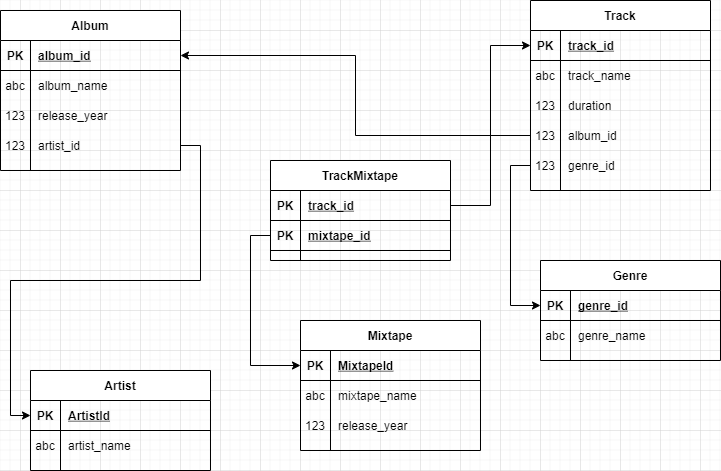
Above: ERD.png in OwnNightmare/sql_learning (draw.io), before the change. Source tidied: cells renumbered, new cells last; positions are measured from the earlier drawing's top-left corner, leaving out a move shared by most shapes. Source of this version:
```xml
<mxGraphModel>
  <root>
    <mxCell id="0" />
    <mxCell id="1" parent="0" />
    <mxCell id="2" style="edgeStyle=orthogonalEdgeStyle;rounded=0;orthogonalLoop=1;jettySize=auto;html=1;exitX=1;exitY=0.5;exitDx=0;exitDy=0;" parent="1" edge="1">
      <mxGeometry relative="1" as="geometry">
        <mxPoint x="140" y="105" as="sourcePoint" />
        <mxPoint x="140" y="105" as="targetPoint" />
      </mxGeometry>
    </mxCell>
    <mxCell id="3" value="Artist" style="shape=table;startSize=30;rowLines=0;fontStyle=1;align=center;" parent="1" vertex="1">
      <mxGeometry x="30" y="370" width="180" height="100" as="geometry" />
    </mxCell>
    <mxCell id="4" style="shape=partialRectangle;fillColor=none;top=0;left=0;bottom=1;right=0;points=[[0,0.5],[1,0.5]];portConstraint=eastwest;" parent="3" vertex="1">
      <mxGeometry y="30" width="180" height="30" as="geometry" />
    </mxCell>
    <mxCell id="5" value="PK" style="shape=partialRectangle;fillColor=none;top=0;left=0;bottom=0;right=0;fontStyle=1;overflow=hidden;" parent="4" vertex="1">
      <mxGeometry width="30" height="30" as="geometry" />
    </mxCell>
    <mxCell id="6" value="ArtistId" style="shape=partialRectangle;fillColor=none;top=0;left=0;bottom=0;right=0;align=left;spacingLeft=6;fontStyle=5;overflow=hidden;" parent="4" vertex="1">
      <mxGeometry x="30" width="150" height="30" as="geometry" />
    </mxCell>
    <mxCell id="7" style="shape=partialRectangle;fillColor=none;top=0;left=0;bottom=0;right=0;" parent="3" vertex="1">
      <mxGeometry y="60" width="180" height="30" as="geometry" />
    </mxCell>
    <mxCell id="8" value="abc" style="shape=partialRectangle;fillColor=none;top=0;left=0;bottom=0;right=0;overflow=hidden;" parent="7" vertex="1">
      <mxGeometry width="30" height="30" as="geometry" />
    </mxCell>
    <mxCell id="9" value="artist_name" style="shape=partialRectangle;fillColor=none;top=0;left=0;bottom=0;right=0;align=left;spacingLeft=6;overflow=hidden;" parent="7" vertex="1">
      <mxGeometry x="30" width="150" height="30" as="geometry" />
    </mxCell>
    <mxCell id="10" value="Track" style="shape=table;startSize=30;rowLines=0;fontStyle=1;align=center;" parent="1" vertex="1">
      <mxGeometry x="530" width="180" height="190" as="geometry" />
    </mxCell>
    <mxCell id="11" style="shape=partialRectangle;fillColor=none;top=0;left=0;bottom=1;right=0;points=[[0,0.5],[1,0.5]];portConstraint=eastwest;" parent="10" vertex="1">
      <mxGeometry y="30" width="180" height="30" as="geometry" />
    </mxCell>
    <mxCell id="12" value="PK" style="shape=partialRectangle;fillColor=none;top=0;left=0;bottom=0;right=0;fontStyle=1;overflow=hidden;" parent="11" vertex="1">
      <mxGeometry width="30" height="30" as="geometry" />
    </mxCell>
    <mxCell id="13" value="track_id" style="shape=partialRectangle;fillColor=none;top=0;left=0;bottom=0;right=0;align=left;spacingLeft=6;fontStyle=5;overflow=hidden;" parent="11" vertex="1">
      <mxGeometry x="30" width="150" height="30" as="geometry" />
    </mxCell>
    <mxCell id="14" style="shape=partialRectangle;fillColor=none;top=0;left=0;bottom=0;right=0;" parent="10" vertex="1">
      <mxGeometry y="60" width="180" height="30" as="geometry" />
    </mxCell>
    <mxCell id="15" value="abc" style="shape=partialRectangle;fillColor=none;top=0;left=0;bottom=0;right=0;overflow=hidden;" parent="14" vertex="1">
      <mxGeometry width="30" height="30" as="geometry" />
    </mxCell>
    <mxCell id="16" value="track_name" style="shape=partialRectangle;fillColor=none;top=0;left=0;bottom=0;right=0;align=left;spacingLeft=6;overflow=hidden;" parent="14" vertex="1">
      <mxGeometry x="30" width="150" height="30" as="geometry" />
    </mxCell>
    <mxCell id="17" style="shape=partialRectangle;fillColor=none;top=0;left=0;bottom=0;right=0;" parent="10" vertex="1">
      <mxGeometry y="90" width="180" height="30" as="geometry" />
    </mxCell>
    <mxCell id="18" value="123" style="shape=partialRectangle;fillColor=none;top=0;left=0;bottom=0;right=0;overflow=hidden;" parent="17" vertex="1">
      <mxGeometry width="30" height="30" as="geometry" />
    </mxCell>
    <mxCell id="19" value="duration" style="shape=partialRectangle;fillColor=none;top=0;left=0;bottom=0;right=0;align=left;spacingLeft=6;overflow=hidden;" parent="17" vertex="1">
      <mxGeometry x="30" width="150" height="30" as="geometry" />
    </mxCell>
    <mxCell id="20" style="shape=partialRectangle;fillColor=none;top=0;left=0;bottom=0;right=0;points=[[0,0.5],[1,0.5]];portConstraint=eastwest;" parent="10" vertex="1">
      <mxGeometry y="120" width="180" height="30" as="geometry" />
    </mxCell>
    <mxCell id="21" value="123" style="shape=partialRectangle;fillColor=none;top=0;left=0;bottom=0;right=0;overflow=hidden;" parent="20" vertex="1">
      <mxGeometry width="30" height="30" as="geometry" />
    </mxCell>
    <mxCell id="22" value="album_id" style="shape=partialRectangle;fillColor=none;top=0;left=0;bottom=0;right=0;align=left;spacingLeft=6;overflow=hidden;" parent="20" vertex="1">
      <mxGeometry x="30" width="150" height="30" as="geometry" />
    </mxCell>
    <mxCell id="23" style="shape=partialRectangle;fillColor=none;top=0;left=0;bottom=0;right=0;points=[[0,0.5],[1,0.5]];portConstraint=eastwest;" parent="10" vertex="1">
      <mxGeometry y="150" width="180" height="30" as="geometry" />
    </mxCell>
    <mxCell id="24" value="123" style="shape=partialRectangle;fillColor=none;top=0;left=0;bottom=0;right=0;overflow=hidden;" parent="23" vertex="1">
      <mxGeometry width="30" height="30" as="geometry" />
    </mxCell>
    <mxCell id="25" value="genre_id" style="shape=partialRectangle;fillColor=none;top=0;left=0;bottom=0;right=0;align=left;spacingLeft=6;overflow=hidden;" parent="23" vertex="1">
      <mxGeometry x="30" width="150" height="30" as="geometry" />
    </mxCell>
    <mxCell id="26" value="Album" style="shape=table;startSize=30;rowLines=0;fontStyle=1;align=center;" parent="1" vertex="1">
      <mxGeometry y="10" width="180" height="160" as="geometry" />
    </mxCell>
    <mxCell id="27" style="shape=partialRectangle;fillColor=none;top=0;left=0;bottom=1;right=0;points=[[0,0.5],[1,0.5]];portConstraint=eastwest;" parent="26" vertex="1">
      <mxGeometry y="30" width="180" height="30" as="geometry" />
    </mxCell>
    <mxCell id="28" value="PK" style="shape=partialRectangle;fillColor=none;top=0;left=0;bottom=0;right=0;fontStyle=1;overflow=hidden;" parent="27" vertex="1">
      <mxGeometry width="30" height="30" as="geometry" />
    </mxCell>
    <mxCell id="29" value="album_id" style="shape=partialRectangle;fillColor=none;top=0;left=0;bottom=0;right=0;align=left;spacingLeft=6;fontStyle=5;overflow=hidden;" parent="27" vertex="1">
      <mxGeometry x="30" width="150" height="30" as="geometry" />
    </mxCell>
    <mxCell id="30" style="shape=partialRectangle;fillColor=none;top=0;left=0;bottom=0;right=0;" parent="26" vertex="1">
      <mxGeometry y="60" width="180" height="30" as="geometry" />
    </mxCell>
    <mxCell id="31" value="abc" style="shape=partialRectangle;fillColor=none;top=0;left=0;bottom=0;right=0;overflow=hidden;" parent="30" vertex="1">
      <mxGeometry width="30" height="30" as="geometry" />
    </mxCell>
    <mxCell id="32" value="album_name" style="shape=partialRectangle;fillColor=none;top=0;left=0;bottom=0;right=0;align=left;spacingLeft=6;overflow=hidden;" parent="30" vertex="1">
      <mxGeometry x="30" width="150" height="30" as="geometry" />
    </mxCell>
    <mxCell id="33" style="shape=partialRectangle;fillColor=none;top=0;left=0;bottom=0;right=0;" parent="26" vertex="1">
      <mxGeometry y="90" width="180" height="30" as="geometry" />
    </mxCell>
    <mxCell id="34" value="123" style="shape=partialRectangle;fillColor=none;top=0;left=0;bottom=0;right=0;overflow=hidden;" parent="33" vertex="1">
      <mxGeometry width="30" height="30" as="geometry" />
    </mxCell>
    <mxCell id="35" value="release_year" style="shape=partialRectangle;fillColor=none;top=0;left=0;bottom=0;right=0;align=left;spacingLeft=6;overflow=hidden;" parent="33" vertex="1">
      <mxGeometry x="30" width="150" height="30" as="geometry" />
    </mxCell>
    <mxCell id="36" style="shape=partialRectangle;fillColor=none;top=0;left=0;bottom=0;right=0;points=[[0,0.5],[1,0.5]];portConstraint=eastwest;" parent="26" vertex="1">
      <mxGeometry y="120" width="180" height="30" as="geometry" />
    </mxCell>
    <mxCell id="37" value="123" style="shape=partialRectangle;fillColor=none;top=0;left=0;bottom=0;right=0;overflow=hidden;" parent="36" vertex="1">
      <mxGeometry width="30" height="30" as="geometry" />
    </mxCell>
    <mxCell id="38" value="artist_id" style="shape=partialRectangle;fillColor=none;top=0;left=0;bottom=0;right=0;align=left;spacingLeft=6;overflow=hidden;" parent="36" vertex="1">
      <mxGeometry x="30" width="150" height="30" as="geometry" />
    </mxCell>
    <mxCell id="39" style="edgeStyle=orthogonalEdgeStyle;rounded=0;jettySize=auto;html=1;exitX=1;exitY=0.5;exitDx=0;exitDy=0;entryX=0;entryY=0.5;entryDx=0;entryDy=0;" parent="1" edge="1" source="36" target="4">
      <mxGeometry relative="1" as="geometry" />
    </mxCell>
    <mxCell id="40" style="edgeStyle=orthogonalEdgeStyle;rounded=0;jettySize=auto;html=1;exitX=0;exitY=0.5;exitDx=0;exitDy=0;entryX=1;entryY=0.5;entryDx=0;entryDy=0;" parent="1" edge="1" source="20" target="27">
      <mxGeometry relative="1" as="geometry" />
    </mxCell>
    <mxCell id="41" style="edgeStyle=orthogonalEdgeStyle;rounded=0;jettySize=auto;html=1;exitX=0;exitY=0.5;exitDx=0;exitDy=0;entryX=1;entryY=0.5;entryDx=0;entryDy=0;" parent="1" edge="1" target="4">
      <mxGeometry relative="1" as="geometry" />
    </mxCell>
    <mxCell id="42" value="Genre" style="shape=table;startSize=30;rowLines=0;fontStyle=1;align=center;" parent="1" vertex="1">
      <mxGeometry x="540" y="260" width="180" height="100" as="geometry" />
    </mxCell>
    <mxCell id="43" style="shape=partialRectangle;fillColor=none;top=0;left=0;bottom=1;right=0;points=[[0,0.5],[1,0.5]];portConstraint=eastwest;" parent="42" vertex="1">
      <mxGeometry y="30" width="180" height="30" as="geometry" />
    </mxCell>
    <mxCell id="44" value="PK" style="shape=partialRectangle;fillColor=none;top=0;left=0;bottom=0;right=0;fontStyle=1;overflow=hidden;" parent="43" vertex="1">
      <mxGeometry width="30" height="30" as="geometry" />
    </mxCell>
    <mxCell id="45" value="genre_id" style="shape=partialRectangle;fillColor=none;top=0;left=0;bottom=0;right=0;align=left;spacingLeft=6;fontStyle=5;overflow=hidden;" parent="43" vertex="1">
      <mxGeometry x="30" width="150" height="30" as="geometry" />
    </mxCell>
    <mxCell id="46" style="shape=partialRectangle;fillColor=none;top=0;left=0;bottom=0;right=0;" parent="42" vertex="1">
      <mxGeometry y="60" width="180" height="30" as="geometry" />
    </mxCell>
    <mxCell id="47" value="abc" style="shape=partialRectangle;fillColor=none;top=0;left=0;bottom=0;right=0;overflow=hidden;" parent="46" vertex="1">
      <mxGeometry width="30" height="30" as="geometry" />
    </mxCell>
    <mxCell id="48" value="genre_name" style="shape=partialRectangle;fillColor=none;top=0;left=0;bottom=0;right=0;align=left;spacingLeft=6;overflow=hidden;" parent="46" vertex="1">
      <mxGeometry x="30" width="150" height="30" as="geometry" />
    </mxCell>
    <mxCell id="49" style="edgeStyle=orthogonalEdgeStyle;rounded=0;jettySize=auto;html=1;exitX=0;exitY=0.5;exitDx=0;exitDy=0;entryX=1;entryY=0.5;entryDx=0;entryDy=0;" parent="1" edge="1" target="4">
      <mxGeometry relative="1" as="geometry" />
    </mxCell>
    <mxCell id="50" value="Mixtape" style="shape=table;startSize=30;rowLines=0;fontStyle=1;align=center;" parent="1" vertex="1">
      <mxGeometry x="300" y="320" width="180" height="130" as="geometry" />
    </mxCell>
    <mxCell id="51" style="shape=partialRectangle;fillColor=none;top=0;left=0;bottom=1;right=0;points=[[0,0.5],[1,0.5]];portConstraint=eastwest;" parent="50" vertex="1">
      <mxGeometry y="30" width="180" height="30" as="geometry" />
    </mxCell>
    <mxCell id="52" value="PK" style="shape=partialRectangle;fillColor=none;top=0;left=0;bottom=0;right=0;fontStyle=1;overflow=hidden;" parent="51" vertex="1">
      <mxGeometry width="30" height="30" as="geometry" />
    </mxCell>
    <mxCell id="53" value="MixtapeId" style="shape=partialRectangle;fillColor=none;top=0;left=0;bottom=0;right=0;align=left;spacingLeft=6;fontStyle=5;overflow=hidden;" parent="51" vertex="1">
      <mxGeometry x="30" width="150" height="30" as="geometry" />
    </mxCell>
    <mxCell id="54" style="shape=partialRectangle;fillColor=none;top=0;left=0;bottom=0;right=0;" parent="50" vertex="1">
      <mxGeometry y="60" width="180" height="30" as="geometry" />
    </mxCell>
    <mxCell id="55" value="abc" style="shape=partialRectangle;fillColor=none;top=0;left=0;bottom=0;right=0;overflow=hidden;" parent="54" vertex="1">
      <mxGeometry width="30" height="30" as="geometry" />
    </mxCell>
    <mxCell id="56" value="mixtape_name" style="shape=partialRectangle;fillColor=none;top=0;left=0;bottom=0;right=0;align=left;spacingLeft=6;overflow=hidden;" parent="54" vertex="1">
      <mxGeometry x="30" width="150" height="30" as="geometry" />
    </mxCell>
    <mxCell id="57" style="shape=partialRectangle;fillColor=none;top=0;left=0;bottom=0;right=0;" parent="50" vertex="1">
      <mxGeometry y="90" width="180" height="30" as="geometry" />
    </mxCell>
    <mxCell id="58" value="123" style="shape=partialRectangle;fillColor=none;top=0;left=0;bottom=0;right=0;overflow=hidden;" parent="57" vertex="1">
      <mxGeometry width="30" height="30" as="geometry" />
    </mxCell>
    <mxCell id="59" value="release_year" style="shape=partialRectangle;fillColor=none;top=0;left=0;bottom=0;right=0;align=left;spacingLeft=6;overflow=hidden;" parent="57" vertex="1">
      <mxGeometry x="30" width="150" height="30" as="geometry" />
    </mxCell>
    <mxCell id="60" style="edgeStyle=orthogonalEdgeStyle;rounded=0;jettySize=auto;html=1;exitX=0;exitY=0.5;exitDx=0;exitDy=0;entryX=0;entryY=0.5;entryDx=0;entryDy=0;" parent="1" edge="1" source="23" target="43">
      <mxGeometry relative="1" as="geometry" />
    </mxCell>
    <mxCell id="61" style="edgeStyle=orthogonalEdgeStyle;rounded=0;jettySize=auto;html=1;exitX=0;exitY=0.5;exitDx=0;exitDy=0;entryX=0;entryY=0.5;entryDx=0;entryDy=0;" parent="1" edge="1" target="51">
      <mxGeometry relative="1" as="geometry" />
    </mxCell>
    <mxCell id="62" value="TrackMixtape" style="shape=table;startSize=30;rowLines=0;fontStyle=1;align=center;" parent="1" vertex="1">
      <mxGeometry x="270" y="160" width="180" height="100" as="geometry" />
    </mxCell>
    <mxCell id="63" style="shape=partialRectangle;fillColor=none;top=0;left=0;bottom=1;right=0;points=[[0,0.5],[1,0.5]];portConstraint=eastwest;" parent="62" vertex="1">
      <mxGeometry y="30" width="180" height="30" as="geometry" />
    </mxCell>
    <mxCell id="64" value="PK" style="shape=partialRectangle;fillColor=none;top=0;left=0;bottom=0;right=0;fontStyle=1;overflow=hidden;" parent="63" vertex="1">
      <mxGeometry width="30" height="30" as="geometry" />
    </mxCell>
    <mxCell id="65" value="track_id" style="shape=partialRectangle;fillColor=none;top=0;left=0;bottom=0;right=0;align=left;spacingLeft=6;fontStyle=5;overflow=hidden;" parent="63" vertex="1">
      <mxGeometry x="30" width="150" height="30" as="geometry" />
    </mxCell>
    <mxCell id="66" style="shape=partialRectangle;fillColor=none;top=0;left=0;bottom=1;right=0;points=[[0,0.5],[1,0.5]];portConstraint=eastwest;" parent="62" vertex="1">
      <mxGeometry y="60" width="180" height="30" as="geometry" />
    </mxCell>
    <mxCell id="67" value="PK" style="shape=partialRectangle;fillColor=none;top=0;left=0;bottom=0;right=0;fontStyle=1;overflow=hidden;" parent="66" vertex="1">
      <mxGeometry width="30" height="30" as="geometry" />
    </mxCell>
    <mxCell id="68" value="mixtape_id" style="shape=partialRectangle;fillColor=none;top=0;left=0;bottom=0;right=0;align=left;spacingLeft=6;fontStyle=5;overflow=hidden;" parent="66" vertex="1">
      <mxGeometry x="30" width="150" height="30" as="geometry" />
    </mxCell>
    <mxCell id="69" style="edgeStyle=orthogonalEdgeStyle;rounded=0;jettySize=auto;html=1;exitX=1;exitY=0.5;exitDx=0;exitDy=0;entryX=0;entryY=0.5;entryDx=0;entryDy=0;" parent="1" edge="1" source="63" target="11">
      <mxGeometry relative="1" as="geometry" />
    </mxCell>
    <mxCell id="70" style="edgeStyle=orthogonalEdgeStyle;rounded=0;jettySize=auto;html=1;exitX=0;exitY=0.5;exitDx=0;exitDy=0;entryX=0;entryY=0.5;entryDx=0;entryDy=0;" parent="1" edge="1" source="66" target="51">
      <mxGeometry relative="1" as="geometry" />
    </mxCell>
  </root>
</mxGraphModel>
```
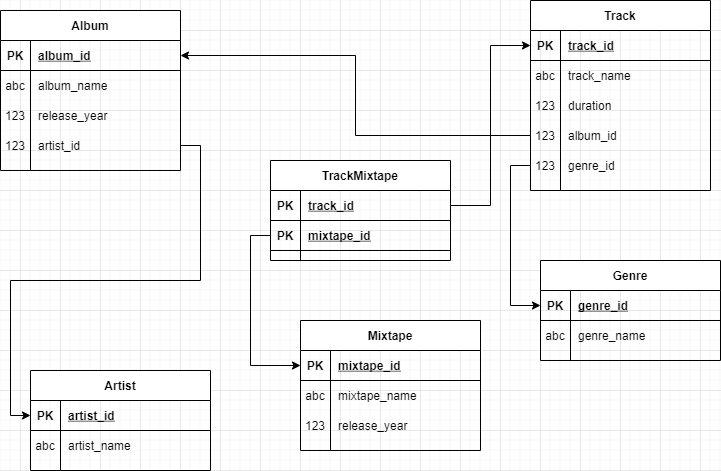
Later version of the same file.

The edit, as a diff of the source:
```diff
@@ -17,7 +17,7 @@
     <mxCell id="5" value="PK" style="shape=partialRectangle;fillColor=none;top=0;left=0;bottom=0;right=0;fontStyle=1;overflow=hidden;" parent="4" vertex="1">
       <mxGeometry width="30" height="30" as="geometry" />
     </mxCell>
-    <mxCell id="6" value="ArtistId" style="shape=partialRectangle;fillColor=none;top=0;left=0;bottom=0;right=0;align=left;spacingLeft=6;fontStyle=5;overflow=hidden;" parent="4" vertex="1">
+    <mxCell id="6" value="artist_id" style="shape=partialRectangle;fillColor=none;top=0;left=0;bottom=0;right=0;align=left;spacingLeft=6;fontStyle=5;overflow=hidden;" parent="4" vertex="1">
       <mxGeometry x="30" width="150" height="30" as="geometry" />
     </mxCell>
     <mxCell id="7" style="shape=partialRectangle;fillColor=none;top=0;left=0;bottom=0;right=0;" parent="3" vertex="1">
@@ -158,7 +158,7 @@
     <mxCell id="52" value="PK" style="shape=partialRectangle;fillColor=none;top=0;left=0;bottom=0;right=0;fontStyle=1;overflow=hidden;" parent="51" vertex="1">
       <mxGeometry width="30" height="30" as="geometry" />
     </mxCell>
-    <mxCell id="53" value="MixtapeId" style="shape=partialRectangle;fillColor=none;top=0;left=0;bottom=0;right=0;align=left;spacingLeft=6;fontStyle=5;overflow=hidden;" parent="51" vertex="1">
+    <mxCell id="53" value="mixtape_id" style="shape=partialRectangle;fillColor=none;top=0;left=0;bottom=0;right=0;align=left;spacingLeft=6;fontStyle=5;overflow=hidden;" parent="51" vertex="1">
       <mxGeometry x="30" width="150" height="30" as="geometry" />
     </mxCell>
     <mxCell id="54" style="shape=partialRectangle;fillColor=none;top=0;left=0;bottom=0;right=0;" parent="50" vertex="1">
```
